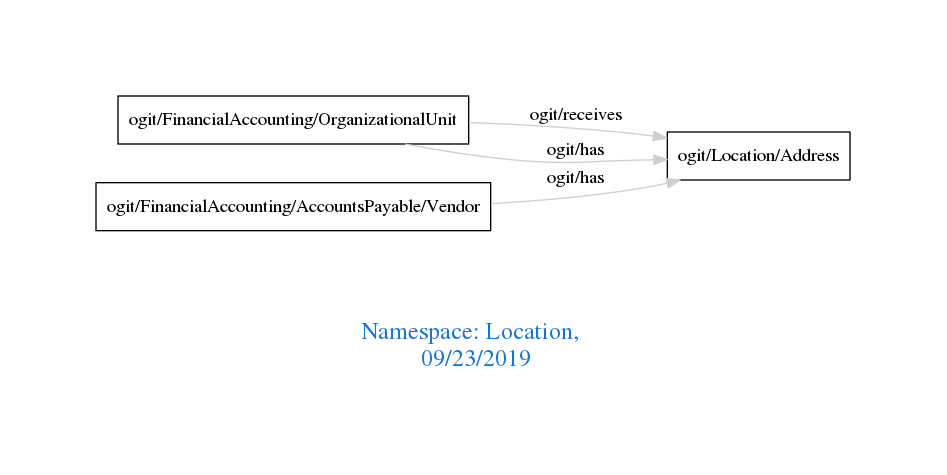
The Graphviz diagram downloads/Location.png in arago/OGIT, before a commit. Its source is kept beside it as downloads/Location.dot.
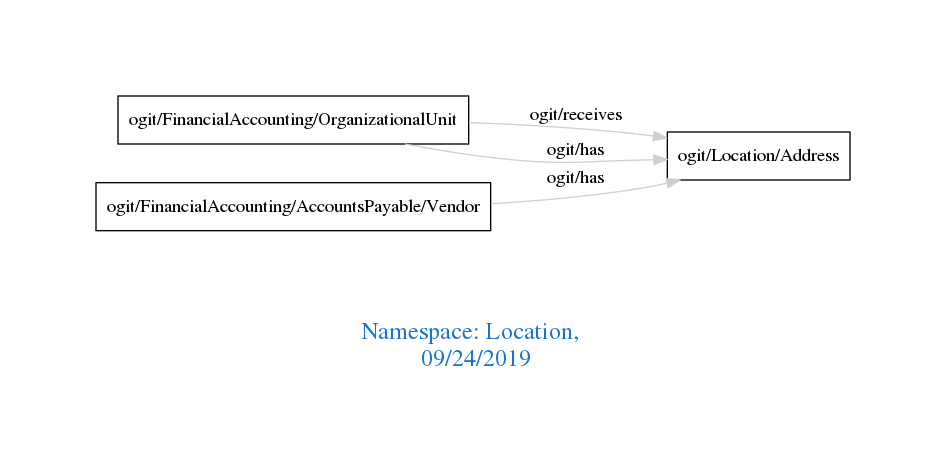
Later version of the same file.

Change to the diagram source:
```diff
@@ -1,7 +1,7 @@
 digraph OGIT_ontology {
  graph [ rankdir= LR,pad=1
 fontsize = 18,
-fontcolor= dodgerblue3,label = "\n\n\nNamespace: Location, \n 09/23/2019"];
+fontcolor= dodgerblue3,label = "\n\n\nNamespace: Location, \n 09/24/2019"];
 node[shape=polygon];
 edge [  color="gray81"];
 
```
